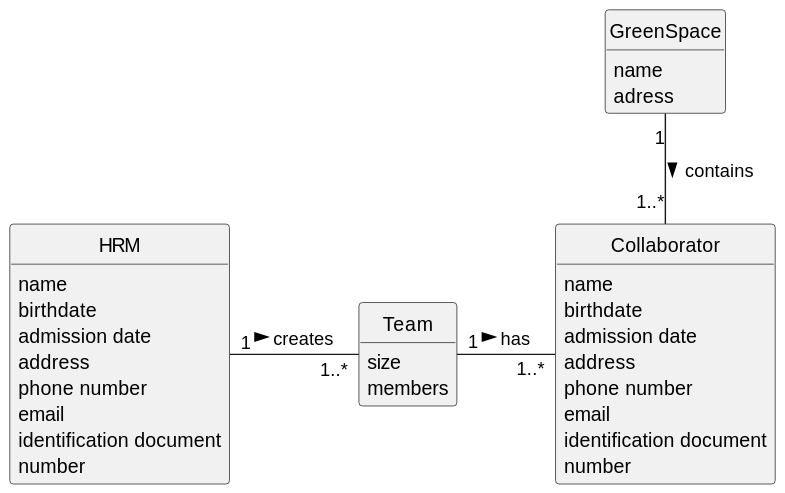
This is docs/sprintA/us005/02.analysis/svg/us005-domain-model.svg from diogoveirospro/lei-24-s2-1dg-g072, a PlantUML export, as it was before one commit. The source it was exported from:
```plantuml
@startuml
skinparam monochrome true
skinparam packageStyle rectangle
skinparam shadowing false


skinparam classAttributeIconSize 0

hide circle
hide methods



class HRM {
     name
     birthdate
     admission date
     address
     phone number
     email
     identification document
     number
 }

class Team {
    size
    members

}

class Collaborator {
    name
    birthdate
    admission date
    address
    phone number
    email
    identification document
    number
}

class GreenSpace {
    name
    adress
}


HRM "1" - "1..*" Team : creates >
Team "1" - "1..*" Collaborator: has >
GreenSpace "1" -- "1..*" Collaborator: contains >
@enduml
```
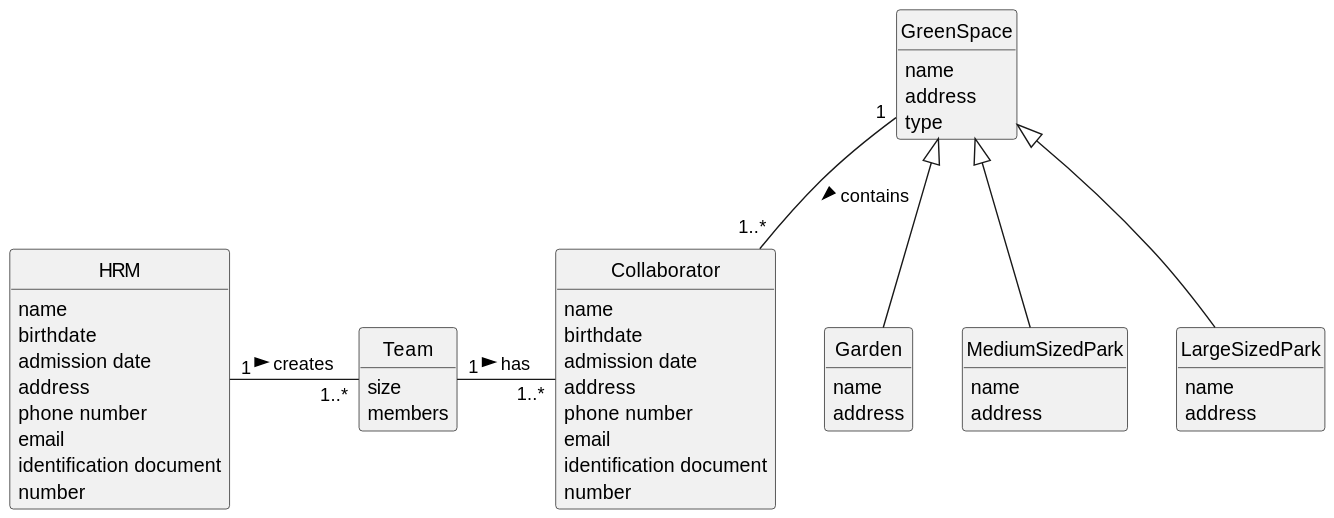
Later version of the same file.

What changed in the source:
```diff
@@ -41,11 +41,30 @@
 
 class GreenSpace {
     name
-    adress
+    address
+    type
+}
+
+class Garden {
+    name
+    address
+}
+
+class MediumSizedPark {
+    name
+    address
+}
+
+class LargeSizedPark {
+    name
+    address
 }
 
 
 HRM "1" - "1..*" Team : creates >
 Team "1" - "1..*" Collaborator: has >
 GreenSpace "1" -- "1..*" Collaborator: contains >
+GreenSpace <|-- Garden
+GreenSpace <|-- MediumSizedPark
+GreenSpace <|-- LargeSizedPark
 @enduml
```
